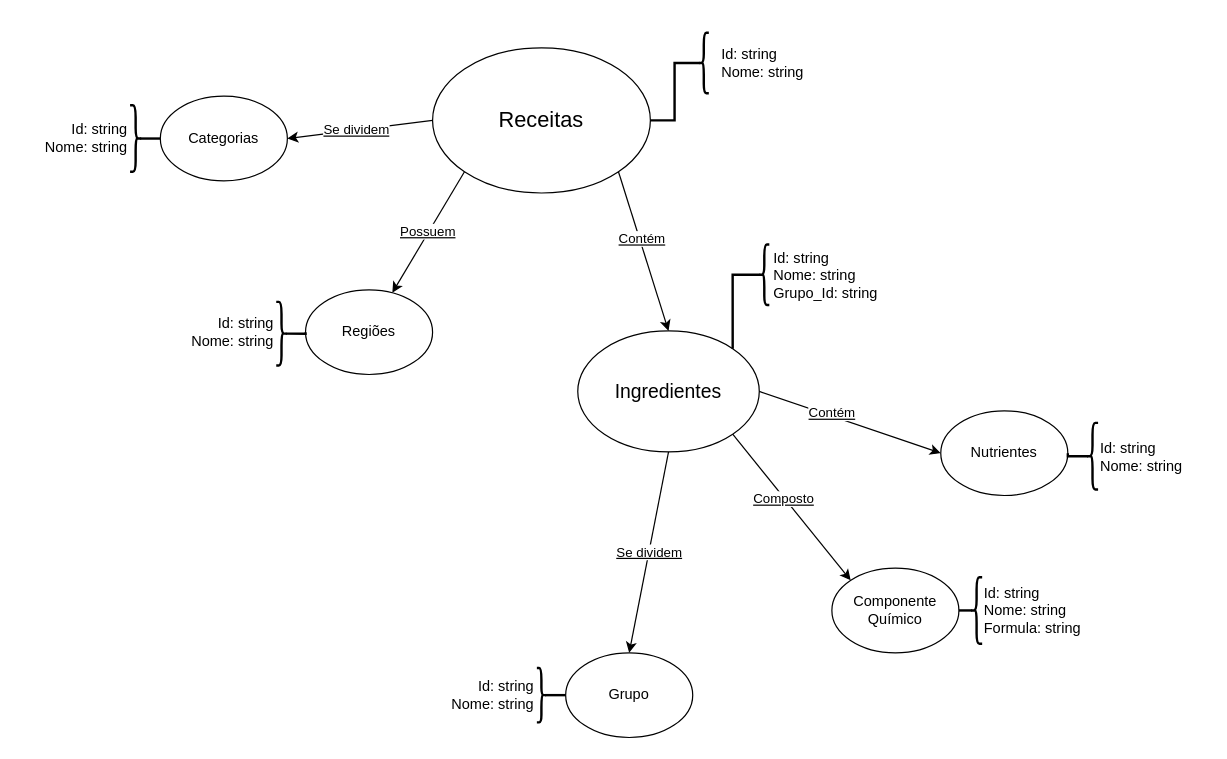
Earlier version of the draw.io diagram Diagrama sem nome.drawio (MrRay0708/CHAVE-MC536). Source tidied: cells renumbered, new cells numbered last; positions are measured from the earlier drawing's top-left corner, leaving out a move shared by most shapes. Both pictures are drawn from the tidied source at 121%, with x=0, y=0 at pixel (21, 21).
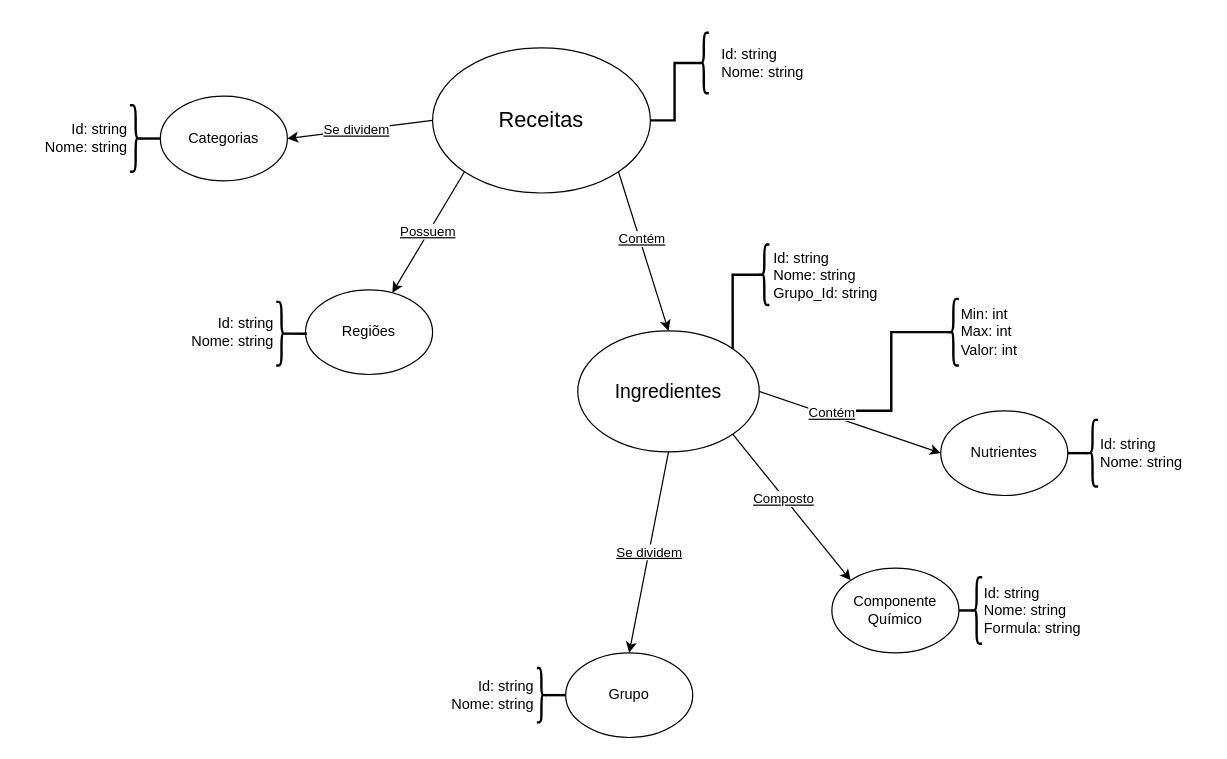
Above is the later version.

Diff of the diagram source:
```diff
@@
     <mxCell id="30" style="shape=curlyBracket;whiteSpace=wrap;html=1;rounded=1;labelPosition=left;verticalLabelPosition=middle;align=right;verticalAlign=middle;strokeWidth=2;" parent="1" vertex="1">
-      <mxGeometry x="880.8" y="332" width="9.2" height="55" as="geometry" />
+      <mxGeometry x="880.8" y="329.5" width="9.2" height="55" as="geometry" />
     </mxCell>
@@
     <mxCell id="41" value="&lt;div style=&quot;&quot;&gt;&lt;span style=&quot;background-color: initial;&quot;&gt;Id: string&lt;/span&gt;&lt;/div&gt;&lt;div style=&quot;&quot;&gt;&lt;span style=&quot;background-color: initial;&quot;&gt;Nome: string&lt;/span&gt;&lt;/div&gt;" style="text;html=1;strokeColor=none;fillColor=none;align=left;verticalAlign=middle;whiteSpace=wrap;rounded=0;" parent="1" vertex="1">
-      <mxGeometry x="890" y="324.5" width="90" height="70" as="geometry" />
+      <mxGeometry x="890" y="322" width="90" height="70" as="geometry" />
     </mxCell>
+    <mxCell id="42" style="edgeStyle=orthogonalEdgeStyle;rounded=0;orthogonalLoop=1;jettySize=auto;html=1;exitX=0.1;exitY=0.5;exitDx=0;exitDy=0;exitPerimeter=0;strokeWidth=2;endArrow=none;endFill=0;" parent="1" edge="1">
+      <mxGeometry relative="1" as="geometry">
+        <mxPoint x="770" y="257" as="sourcePoint" />
+        <mxPoint x="690" y="322" as="targetPoint" />
+        <Array as="points">
+          <mxPoint x="719.1" y="257" />
+          <mxPoint x="719.1" y="322" />
+        </Array>
+      </mxGeometry>
+    </mxCell>
+    <mxCell id="43" style="shape=curlyBracket;whiteSpace=wrap;html=1;rounded=1;labelPosition=left;verticalLabelPosition=middle;align=right;verticalAlign=middle;strokeWidth=2;" parent="1" vertex="1">
+      <mxGeometry x="765.8" y="229.5" width="9.2" height="55" as="geometry" />
+    </mxCell>
+    <mxCell id="44" value="&lt;div style=&quot;&quot;&gt;Min: int&lt;/div&gt;&lt;div style=&quot;&quot;&gt;Max: int&amp;nbsp;&lt;/div&gt;&lt;div style=&quot;&quot;&gt;Valor: int&lt;/div&gt;" style="text;html=1;strokeColor=none;fillColor=none;align=left;verticalAlign=middle;whiteSpace=wrap;rounded=0;" parent="1" vertex="1">
+      <mxGeometry x="775" y="222" width="90" height="70" as="geometry" />
+    </mxCell>
```
